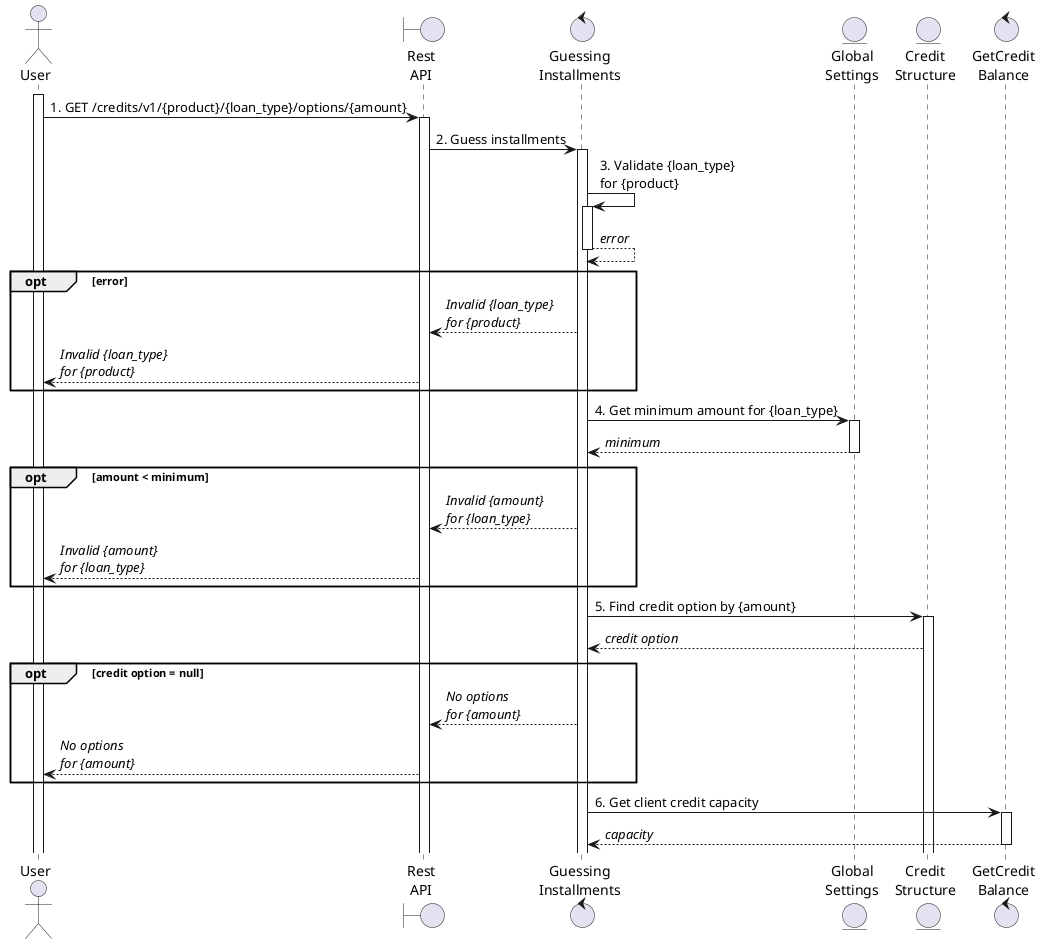
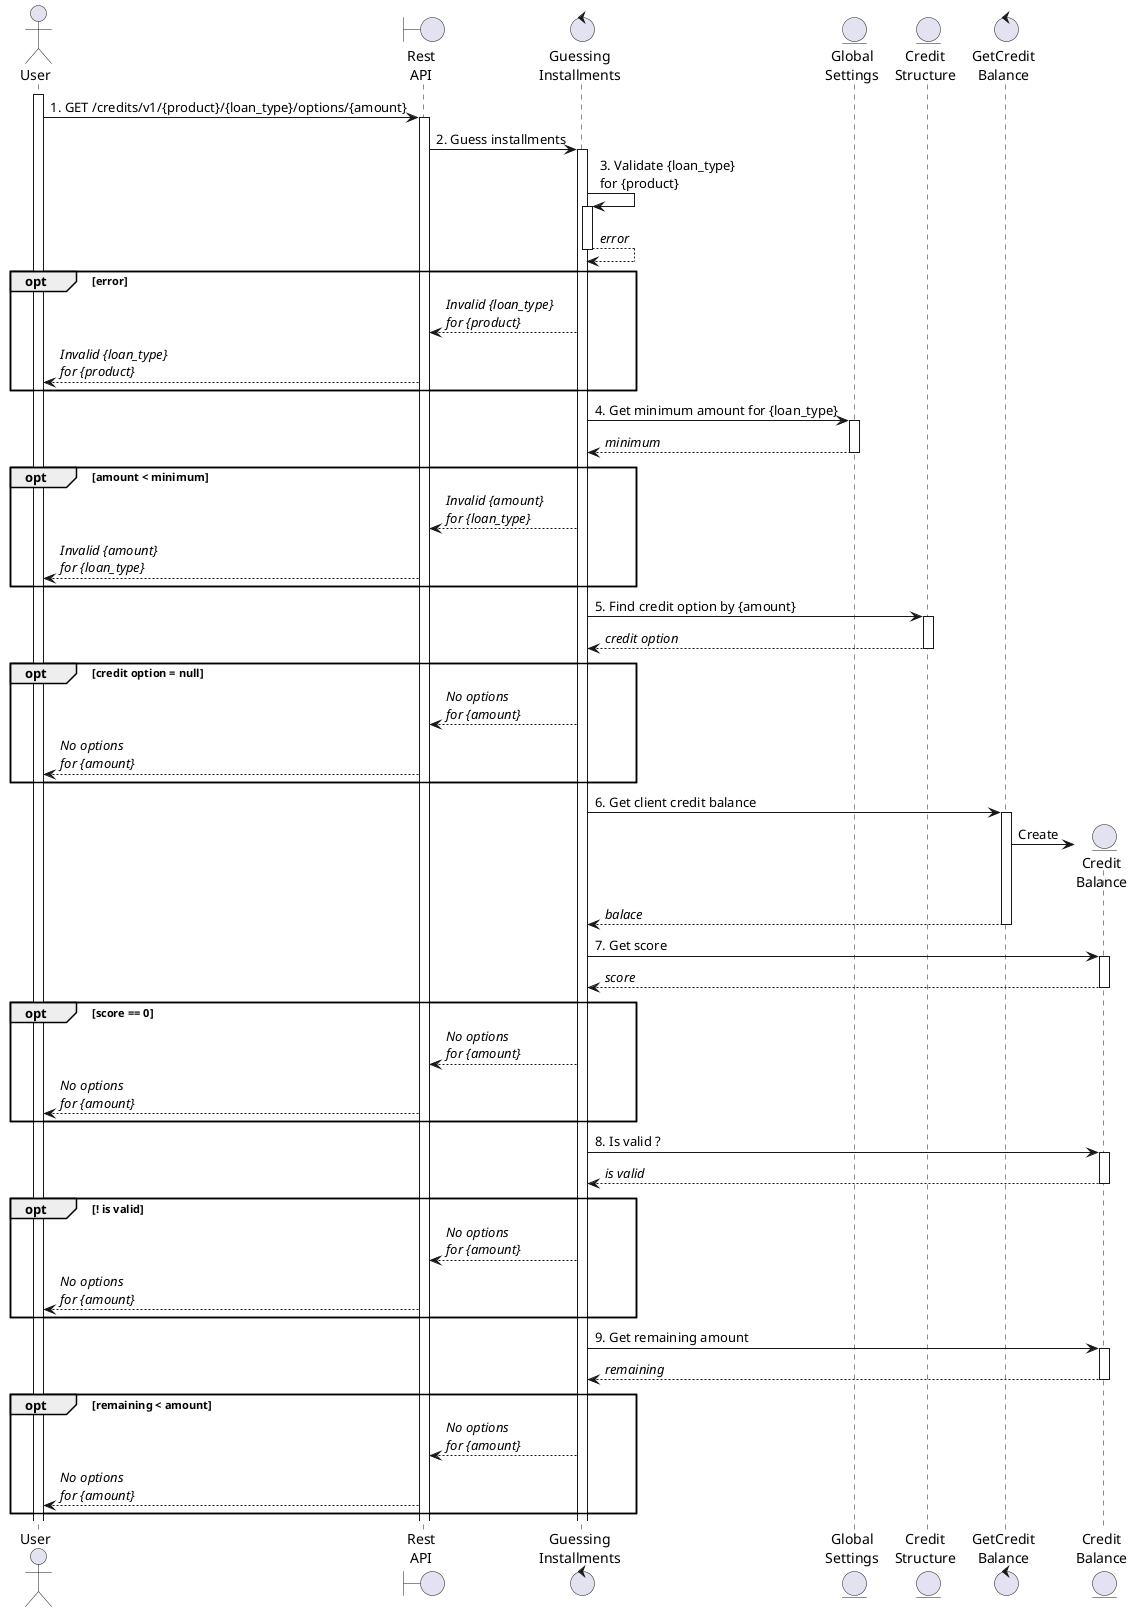
@startuml "Consulta de cuotas"

actor User
boundary "Rest\nAPI" as API
control "Guessing\nInstallments" as GI
entity "Global\nSettings" as GB
entity "Credit\nStructure" as CS
control "GetCredit\nBalance" as GCB
+ 


activate User
User->API: 1. GET /credits/v1/{product}/{loan_type}/options/{amount}
activate API
API->GI: 2. Guess installments
activate GI
GI->GI: 3. Validate {loan_type}\nfor {product}
activate GI
GI-->GI: //error//
deactivate GI

opt error
    GI-->API: //Invalid {loan_type}//\n//for {product}//
    API-->User: //Invalid {loan_type}//\n//for {product}//
end

GI->GB: 4. Get minimum amount for {loan_type}
activate GB
GB-->GI: //minimum//
deactivate GB
opt amount < minimum
    GI-->API: //Invalid {amount}//\n//for {loan_type}//
    API-->User: //Invalid {amount}//\n//for {loan_type}//
end

GI->CS: 5. Find credit option by {amount}
activate CS
CS-->GI: //credit option//
+ deactivate CS
opt credit option = null
    GI-->API: //No options//\n//for {amount}//
    API-->User: //No options//\n//for {amount}//
end

- GI->GCB: 6. Get client credit capacity
+ GI->GCB: 6. Get client credit balance
activate GCB
- GCB-->GI: //capacity//
+ create entity "Credit\nBalance" as CB
+ GCB->CB: Create
+ GCB-->GI: //balace//
deactivate GCB
+ 
+ GI->CB: 7. Get score
+ activate CB
+ CB-->GI: //score//
+ deactivate CB
+ 
+ opt score == 0
+     GI-->API: //No options//\n//for {amount}//
+     API-->User: //No options//\n//for {amount}//
+ end
+ 
+ GI->CB: 8. Is valid ?
+ activate CB
+ CB-->GI: //is valid//
+ deactivate CB
+ 
+ opt ! is valid
+     GI-->API: //No options//\n//for {amount}//
+     API-->User: //No options//\n//for {amount}//
+ end
+ 
+ GI->CB: 9. Get remaining amount
+ activate CB
+ CB-->GI: //remaining//
+ deactivate CB
+ 
+ opt remaining < amount
+     GI-->API: //No options//\n//for {amount}//
+     API-->User: //No options//\n//for {amount}//
+ end
+ 



@enduml